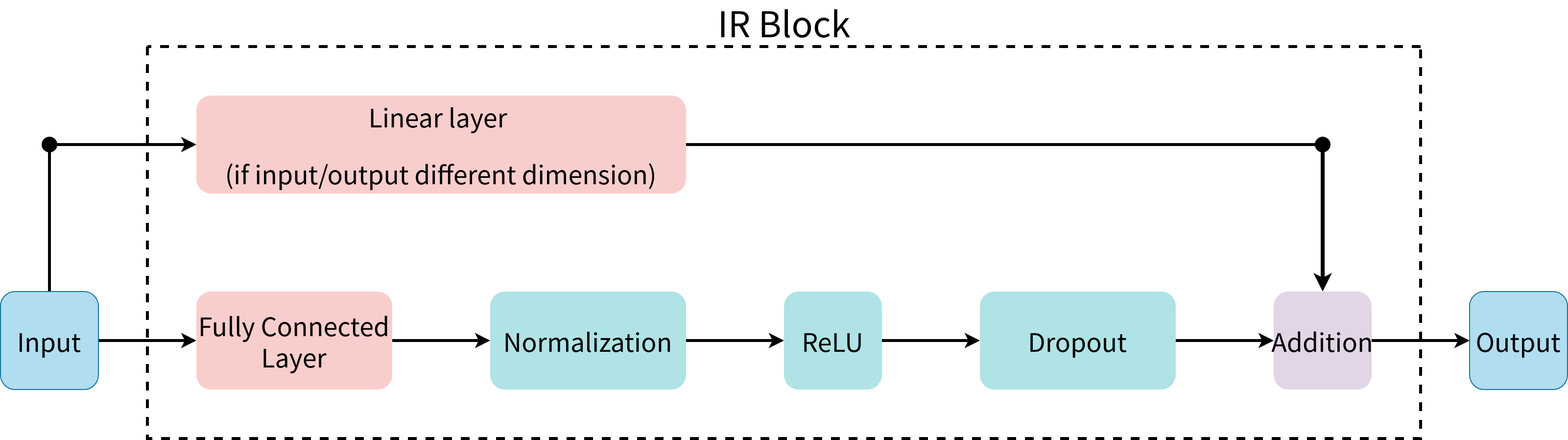
The draw.io diagram figs/irnet.drawio.png in nicholas-miklaucic/ood-materials, before a commit. Source tidied: cells renumbered, new cells last; positions are measured from the earlier drawing's top-left corner, leaving out a move shared by most shapes.
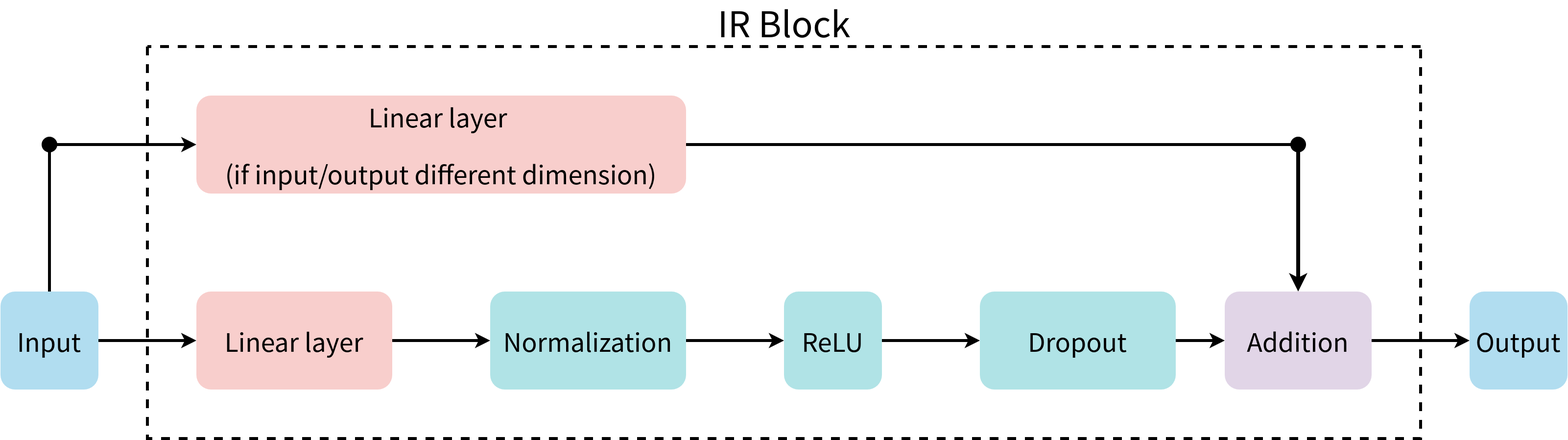
Above is the later version.

What changed in the source:
```diff
@@ -8,13 +8,13 @@
     <mxCell id="3" style="html=1;strokeWidth=3;fontFamily=Source Han Sans JP;fontSize=26;endArrow=none;endFill=0;fontStyle=0;rounded=1;" parent="1" edge="1" source="4" target="21">
       <mxGeometry relative="1" as="geometry" />
     </mxCell>
-    <mxCell id="4" value="&lt;p style=&quot;font-size: 26px;&quot;&gt;Input&lt;/p&gt;" style="rounded=1;whiteSpace=wrap;html=1;fontSize=26;fillColor=#b1ddf0;strokeColor=#10739e;fontFamily=Source Han Sans JP;fontStyle=0;" parent="1" vertex="1">
+    <mxCell id="4" value="&lt;p style=&quot;font-size: 26px;&quot;&gt;Input&lt;/p&gt;" style="rounded=1;whiteSpace=wrap;html=1;fontSize=26;fillColor=#b1ddf0;strokeColor=none;fontFamily=Source Han Sans JP;fontStyle=0;" parent="1" vertex="1">
       <mxGeometry y="250" width="100" height="100" as="geometry" />
     </mxCell>
     <mxCell id="5" style="edgeStyle=none;html=1;strokeWidth=3;fontFamily=Source Han Sans JP;fontSize=26;fontStyle=0;rounded=1;" parent="1" edge="1" source="6" target="8">
       <mxGeometry relative="1" as="geometry" />
     </mxCell>
-    <mxCell id="6" value="&lt;p style=&quot;font-size: 26px;&quot;&gt;Fully Connected Layer&lt;/p&gt;" style="rounded=1;whiteSpace=wrap;html=1;fontSize=26;fillColor=#f8cecc;strokeColor=none;fontFamily=Source Han Sans JP;fontStyle=0;" parent="1" vertex="1">
+    <mxCell id="6" value="&lt;p style=&quot;font-size: 26px;&quot;&gt;Linear layer&lt;/p&gt;" style="rounded=1;whiteSpace=wrap;html=1;fontSize=26;fillColor=#f8cecc;strokeColor=none;fontFamily=Source Han Sans JP;fontStyle=0;" parent="1" vertex="1">
       <mxGeometry x="200" y="250" width="200" height="100" as="geometry" />
     </mxCell>
     <mxCell id="7" style="edgeStyle=none;html=1;strokeWidth=3;fontFamily=Source Han Sans JP;fontSize=26;fontStyle=0;rounded=1;" parent="1" edge="1" source="8" target="10">
@@ -29,11 +29,13 @@
     <mxCell id="10" value="&lt;p style=&quot;font-size: 26px;&quot;&gt;ReLU&lt;/p&gt;" style="rounded=1;whiteSpace=wrap;html=1;fontSize=26;fillColor=#b0e3e6;strokeColor=none;fontFamily=Source Han Sans JP;fontStyle=0;" parent="1" vertex="1">
       <mxGeometry x="800" y="250" width="100" height="100" as="geometry" />
     </mxCell>
-    <mxCell id="11" value="&lt;p style=&quot;font-size: 26px;&quot;&gt;Output&lt;/p&gt;" style="rounded=1;whiteSpace=wrap;html=1;fontSize=26;fillColor=#b1ddf0;strokeColor=#10739e;fontFamily=Source Han Sans JP;fontStyle=0;" parent="1" vertex="1">
+    <mxCell id="11" value="&lt;p style=&quot;font-size: 26px;&quot;&gt;Output&lt;/p&gt;" style="rounded=1;whiteSpace=wrap;html=1;fontSize=26;fillColor=#b1ddf0;strokeColor=none;fontFamily=Source Han Sans JP;fontStyle=0;" parent="1" vertex="1">
       <mxGeometry x="1500" y="250" width="100" height="100" as="geometry" />
     </mxCell>
-    <mxCell id="12" style="edgeStyle=none;html=1;strokeWidth=3;fontFamily=Source Han Sans JP;fontSize=26;fontStyle=0;rounded=1;" parent="1" edge="1" source="13" target="15">
-      <mxGeometry relative="1" as="geometry" />
+    <mxCell id="12" style="edgeStyle=none;html=1;strokeWidth=3;fontFamily=Source Han Sans JP;fontSize=26;fontStyle=0;rounded=1;" parent="1" edge="1" source="13">
+      <mxGeometry relative="1" as="geometry">
+        <mxPoint x="1250" y="300" as="targetPoint" />
+      </mxGeometry>
     </mxCell>
     <mxCell id="13" value="&lt;p style=&quot;font-size: 26px;&quot;&gt;Dropout&lt;/p&gt;" style="rounded=1;whiteSpace=wrap;html=1;fontSize=26;fillColor=#b0e3e6;strokeColor=none;fontFamily=Source Han Sans JP;fontStyle=0;" parent="1" vertex="1">
       <mxGeometry x="1000" y="250" width="200" height="100" as="geometry" />
@@ -42,7 +44,7 @@
       <mxGeometry relative="1" as="geometry" />
     </mxCell>
     <mxCell id="15" value="&lt;p style=&quot;font-size: 26px;&quot;&gt;Addition&lt;/p&gt;" style="rounded=1;whiteSpace=wrap;html=1;fontSize=26;fillColor=#e1d5e7;strokeColor=none;fontFamily=Source Han Sans JP;fontStyle=0;" parent="1" vertex="1">
-      <mxGeometry x="1300" y="250" width="100" height="100" as="geometry" />
+      <mxGeometry x="1250" y="250" width="150" height="100" as="geometry" />
     </mxCell>
     <mxCell id="16" style="edgeStyle=none;html=1;strokeWidth=3;fontFamily=Source Han Sans JP;fontSize=26;endArrow=none;endFill=0;fontStyle=0;rounded=1;" parent="1" edge="1" source="17" target="19">
       <mxGeometry relative="1" as="geometry" />
@@ -53,9 +55,6 @@
     <mxCell id="18" style="edgeStyle=none;html=1;entryX=0.5;entryY=0;entryDx=0;entryDy=0;strokeWidth=4;fontFamily=Source Han Sans JP;fontSize=26;fontStyle=0;rounded=1;" parent="1" edge="1" source="19" target="15">
       <mxGeometry relative="1" as="geometry" />
     </mxCell>
-    <mxCell id="19" style="shape=waypoint;sketch=0;size=6;points=[];fillColor=default;perimeter=centerPerimeter;snapToPoint=1;fontSize=26;rounded=1;strokeWidth=6;fontFamily=Source Han Sans JP;fontStyle=0;" parent="1" vertex="1">
-      <mxGeometry x="1340" y="90" width="20" height="20" as="geometry" />
-    </mxCell>
     <mxCell id="20" style="edgeStyle=none;html=1;entryX=0;entryY=0.5;entryDx=0;entryDy=0;strokeWidth=3;fontFamily=Source Han Sans JP;fontSize=26;endArrow=classic;endFill=1;startArrow=none;startFill=0;fontStyle=0;rounded=1;" parent="1" edge="1" source="21" target="17">
       <mxGeometry relative="1" as="geometry" />
     </mxCell>
@@ -65,5 +64,8 @@
     <mxCell id="22" value="IR Block" style="swimlane;startSize=0;strokeWidth=3;fontFamily=Source Han Sans JP;fontSize=36;dashed=1;fontStyle=0;labelBackgroundColor=none;verticalAlign=bottom;spacingBottom=1;spacingTop=5;labelPosition=center;verticalLabelPosition=top;align=center;html=1;rounded=1;" parent="1" vertex="1">
       <mxGeometry x="150" width="1300" height="400" as="geometry" />
     </mxCell>
+    <mxCell id="19" style="shape=waypoint;sketch=0;size=6;points=[];fillColor=default;perimeter=centerPerimeter;snapToPoint=1;fontSize=26;rounded=1;strokeWidth=6;fontFamily=Source Han Sans JP;fontStyle=0;" parent="22" vertex="1">
+      <mxGeometry x="1165" y="90" width="20" height="20" as="geometry" />
+    </mxCell>
   </root>
 </mxGraphModel>
```
